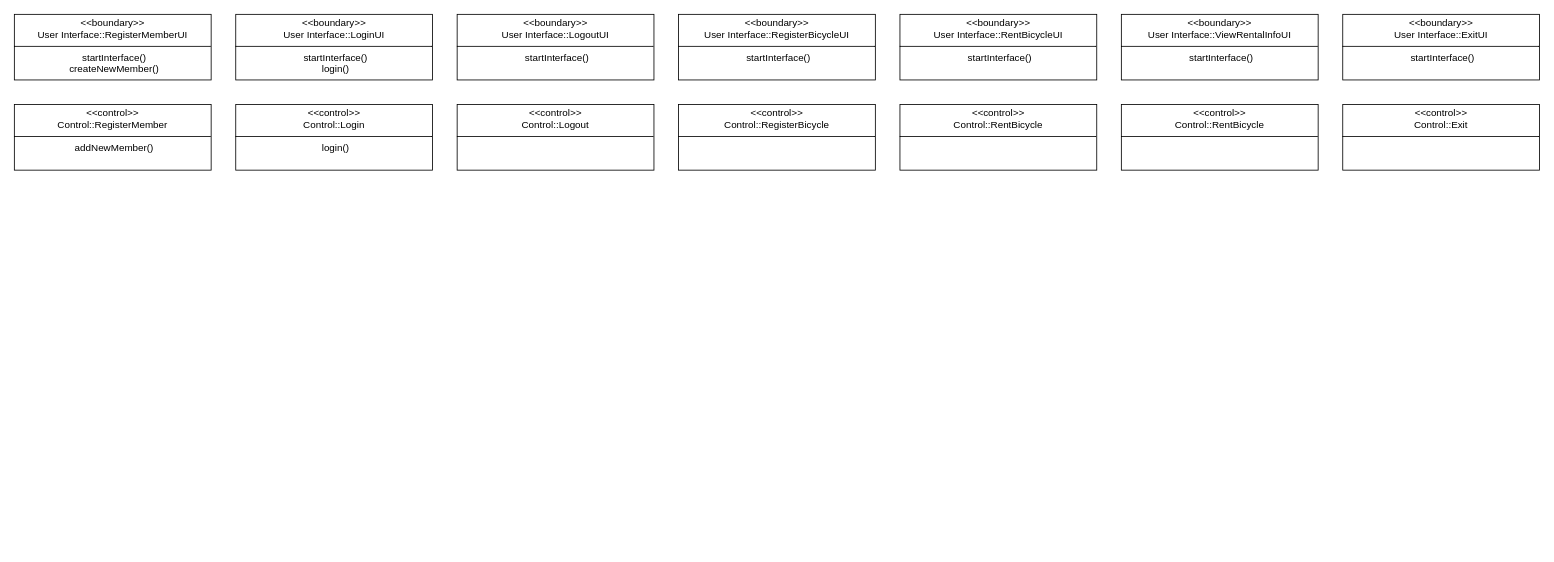
Above: Analysis_Class_Diagram.drawio in MODUGGAGI/homework (draw.io), before the change. Source tidied: cells renumbered, new cells numbered last; positions are measured from the earlier drawing's top-left corner, leaving out a move shared by most shapes. Both pictures are drawn from the tidied source at 82%, with x=0, y=0 at pixel (14, 14).
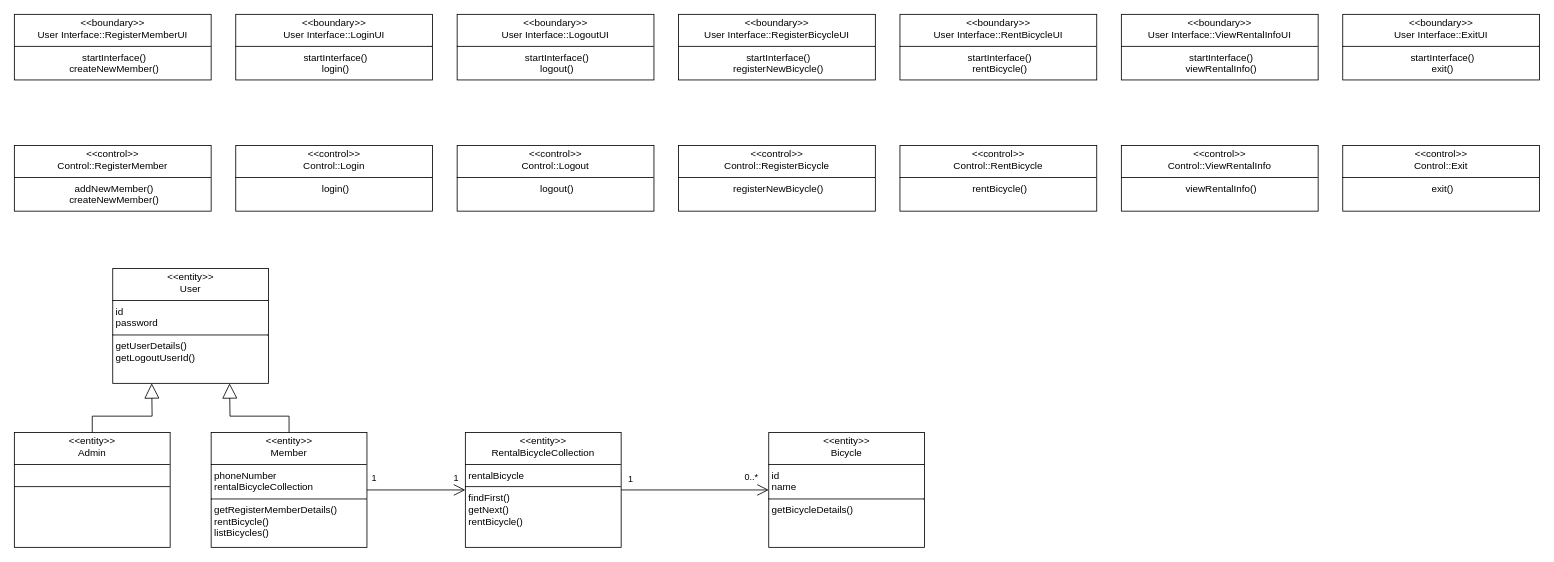
The same page after the edit.

Commit message:
Communication Diagram 변경사항에 따른 수정

Diff of the diagram source:
```diff
@@
-    <mxCell id="4" value="&lt;p style=&quot;margin:0px;margin-top:4px;text-align:center;&quot;&gt;&lt;i&gt;&amp;lt;&amp;lt;&lt;/i&gt;boundary&lt;i&gt;&amp;gt;&amp;gt;&lt;/i&gt;&lt;br&gt;User Interface::Logout&lt;span style=&quot;background-color: transparent; color: light-dark(rgb(0, 0, 0), rgb(255, 255, 255));&quot;&gt;UI&lt;/span&gt;&lt;/p&gt;&lt;hr size=&quot;1&quot; style=&quot;border-style:solid;&quot;&gt;&lt;p style=&quot;text-align: center; margin: 0px 0px 0px 4px;&quot;&gt;startInterface()&lt;/p&gt;" style="verticalAlign=top;align=left;overflow=fill;html=1;whiteSpace=wrap;" parent="1" vertex="1">
+    <mxCell id="4" value="&lt;p style=&quot;margin:0px;margin-top:4px;text-align:center;&quot;&gt;&lt;i&gt;&amp;lt;&amp;lt;&lt;/i&gt;boundary&lt;i&gt;&amp;gt;&amp;gt;&lt;/i&gt;&lt;br&gt;User Interface::Logout&lt;span style=&quot;background-color: transparent; color: light-dark(rgb(0, 0, 0), rgb(255, 255, 255));&quot;&gt;UI&lt;/span&gt;&lt;/p&gt;&lt;hr size=&quot;1&quot; style=&quot;border-style:solid;&quot;&gt;&lt;p style=&quot;text-align: center; margin: 0px 0px 0px 4px;&quot;&gt;startInterface()&lt;/p&gt;&lt;p style=&quot;text-align: center; margin: 0px 0px 0px 4px;&quot;&gt;logout()&lt;/p&gt;" style="verticalAlign=top;align=left;overflow=fill;html=1;whiteSpace=wrap;" parent="1" vertex="1">
       <mxGeometry x="540" width="240" height="80" as="geometry" />
     </mxCell>
-    <mxCell id="5" value="&lt;p style=&quot;margin:0px;margin-top:4px;text-align:center;&quot;&gt;&lt;i&gt;&amp;lt;&amp;lt;&lt;/i&gt;control&lt;i&gt;&amp;gt;&amp;gt;&lt;/i&gt;&lt;br&gt;Control::&lt;span style=&quot;background-color: transparent; color: light-dark(rgb(0, 0, 0), rgb(255, 255, 255));&quot;&gt;RegisterMember&lt;/span&gt;&lt;/p&gt;&lt;hr size=&quot;1&quot; style=&quot;border-style:solid;&quot;&gt;&lt;p style=&quot;text-align: center; margin: 0px 0px 0px 4px;&quot;&gt;addNewMember()&lt;/p&gt;" style="verticalAlign=top;align=left;overflow=fill;html=1;whiteSpace=wrap;" parent="1" vertex="1">
-      <mxGeometry y="110" width="240" height="80" as="geometry" />
+    <mxCell id="5" value="&lt;p style=&quot;margin:0px;margin-top:4px;text-align:center;&quot;&gt;&lt;i&gt;&amp;lt;&amp;lt;&lt;/i&gt;control&lt;i&gt;&amp;gt;&amp;gt;&lt;/i&gt;&lt;br&gt;Control::&lt;span style=&quot;background-color: transparent; color: light-dark(rgb(0, 0, 0), rgb(255, 255, 255));&quot;&gt;RegisterMember&lt;/span&gt;&lt;/p&gt;&lt;hr size=&quot;1&quot; style=&quot;border-style:solid;&quot;&gt;&lt;p style=&quot;text-align: center; margin: 0px 0px 0px 4px;&quot;&gt;addNewMember()&lt;/p&gt;&lt;p style=&quot;text-align: center; margin: 0px 0px 0px 4px;&quot;&gt;createNewMember()&lt;/p&gt;" style="verticalAlign=top;align=left;overflow=fill;html=1;whiteSpace=wrap;" parent="1" vertex="1">
+      <mxGeometry y="160" width="240" height="80" as="geometry" />
     </mxCell>
     <mxCell id="6" value="&lt;p style=&quot;margin:0px;margin-top:4px;text-align:center;&quot;&gt;&lt;i&gt;&amp;lt;&amp;lt;&lt;/i&gt;control&lt;i&gt;&amp;gt;&amp;gt;&lt;/i&gt;&lt;br&gt;Control::&lt;span style=&quot;background-color: transparent; color: light-dark(rgb(0, 0, 0), rgb(255, 255, 255));&quot;&gt;Login&lt;/span&gt;&lt;/p&gt;&lt;hr size=&quot;1&quot; style=&quot;border-style:solid;&quot;&gt;&lt;p style=&quot;text-align: center; margin: 0px 0px 0px 4px;&quot;&gt;login()&lt;/p&gt;" style="verticalAlign=top;align=left;overflow=fill;html=1;whiteSpace=wrap;" parent="1" vertex="1">
-      <mxGeometry x="270" y="110" width="240" height="80" as="geometry" />
+      <mxGeometry x="270" y="160" width="240" height="80" as="geometry" />
     </mxCell>
-    <mxCell id="7" value="&lt;p style=&quot;margin:0px;margin-top:4px;text-align:center;&quot;&gt;&lt;i&gt;&amp;lt;&amp;lt;&lt;/i&gt;control&lt;i&gt;&amp;gt;&amp;gt;&lt;/i&gt;&lt;br&gt;Control::&lt;span style=&quot;background-color: transparent; color: light-dark(rgb(0, 0, 0), rgb(255, 255, 255));&quot;&gt;Logout&lt;/span&gt;&lt;/p&gt;&lt;hr size=&quot;1&quot; style=&quot;border-style:solid;&quot;&gt;&lt;p style=&quot;text-align: center; margin: 0px 0px 0px 4px;&quot;&gt;&lt;br&gt;&lt;/p&gt;" style="verticalAlign=top;align=left;overflow=fill;html=1;whiteSpace=wrap;" parent="1" vertex="1">
-      <mxGeometry x="540" y="110" width="240" height="80" as="geometry" />
+    <mxCell id="7" value="&lt;p style=&quot;margin:0px;margin-top:4px;text-align:center;&quot;&gt;&lt;i&gt;&amp;lt;&amp;lt;&lt;/i&gt;control&lt;i&gt;&amp;gt;&amp;gt;&lt;/i&gt;&lt;br&gt;Control::&lt;span style=&quot;background-color: transparent; color: light-dark(rgb(0, 0, 0), rgb(255, 255, 255));&quot;&gt;Logout&lt;/span&gt;&lt;/p&gt;&lt;hr size=&quot;1&quot; style=&quot;border-style:solid;&quot;&gt;&lt;p style=&quot;text-align: center; margin: 0px 0px 0px 4px;&quot;&gt;logout()&lt;/p&gt;" style="verticalAlign=top;align=left;overflow=fill;html=1;whiteSpace=wrap;" parent="1" vertex="1">
+      <mxGeometry x="540" y="160" width="240" height="80" as="geometry" />
     </mxCell>
-    <mxCell id="8" value="&lt;p style=&quot;margin:0px;margin-top:4px;text-align:center;&quot;&gt;&lt;i&gt;&amp;lt;&amp;lt;&lt;/i&gt;boundary&lt;i&gt;&amp;gt;&amp;gt;&lt;/i&gt;&lt;br&gt;User Interface::&lt;span style=&quot;background-color: transparent; text-align: left;&quot;&gt;RegisterBicycleUI&lt;/span&gt;&lt;/p&gt;&lt;hr size=&quot;1&quot; style=&quot;border-style:solid;&quot;&gt;&lt;p style=&quot;text-align: center; margin: 0px 0px 0px 4px;&quot;&gt;startInterface()&lt;/p&gt;" style="verticalAlign=top;align=left;overflow=fill;html=1;whiteSpace=wrap;" parent="1" vertex="1">
+    <mxCell id="8" value="&lt;p style=&quot;margin:0px;margin-top:4px;text-align:center;&quot;&gt;&lt;i&gt;&amp;lt;&amp;lt;&lt;/i&gt;boundary&lt;i&gt;&amp;gt;&amp;gt;&lt;/i&gt;&lt;br&gt;User Interface::&lt;span style=&quot;background-color: transparent; text-align: left;&quot;&gt;RegisterBicycleUI&lt;/span&gt;&lt;/p&gt;&lt;hr size=&quot;1&quot; style=&quot;border-style:solid;&quot;&gt;&lt;p style=&quot;text-align: center; margin: 0px 0px 0px 4px;&quot;&gt;startInterface()&lt;/p&gt;&lt;p style=&quot;text-align: center; margin: 0px 0px 0px 4px;&quot;&gt;registerNewBicycle()&lt;/p&gt;" style="verticalAlign=top;align=left;overflow=fill;html=1;whiteSpace=wrap;" parent="1" vertex="1">
       <mxGeometry x="810" width="240" height="80" as="geometry" />
     </mxCell>
-    <mxCell id="9" value="&lt;p style=&quot;margin:0px;margin-top:4px;text-align:center;&quot;&gt;&lt;i&gt;&amp;lt;&amp;lt;&lt;/i&gt;control&lt;i&gt;&amp;gt;&amp;gt;&lt;/i&gt;&lt;br&gt;Control::&lt;span style=&quot;background-color: transparent; text-align: left;&quot;&gt;RegisterBicycle&lt;/span&gt;&lt;/p&gt;&lt;hr size=&quot;1&quot; style=&quot;border-style:solid;&quot;&gt;&lt;p style=&quot;text-align: center; margin: 0px 0px 0px 4px;&quot;&gt;&lt;br&gt;&lt;/p&gt;" style="verticalAlign=top;align=left;overflow=fill;html=1;whiteSpace=wrap;" parent="1" vertex="1">
-      <mxGeometry x="810" y="110" width="240" height="80" as="geometry" />
+    <mxCell id="9" value="&lt;p style=&quot;margin:0px;margin-top:4px;text-align:center;&quot;&gt;&lt;i&gt;&amp;lt;&amp;lt;&lt;/i&gt;control&lt;i&gt;&amp;gt;&amp;gt;&lt;/i&gt;&lt;br&gt;Control::&lt;span style=&quot;background-color: transparent; text-align: left;&quot;&gt;RegisterBicycle&lt;/span&gt;&lt;/p&gt;&lt;hr size=&quot;1&quot; style=&quot;border-style:solid;&quot;&gt;&lt;p style=&quot;text-align: center; margin: 0px 0px 0px 4px;&quot;&gt;registerNewBicycle()&lt;/p&gt;" style="verticalAlign=top;align=left;overflow=fill;html=1;whiteSpace=wrap;" parent="1" vertex="1">
+      <mxGeometry x="810" y="160" width="240" height="80" as="geometry" />
     </mxCell>
-    <mxCell id="10" value="&lt;p style=&quot;margin:0px;margin-top:4px;text-align:center;&quot;&gt;&lt;i&gt;&amp;lt;&amp;lt;&lt;/i&gt;boundary&lt;i&gt;&amp;gt;&amp;gt;&lt;/i&gt;&lt;br&gt;User Interface:&lt;span style=&quot;background-color: transparent; color: light-dark(rgb(0, 0, 0), rgb(255, 255, 255));&quot;&gt;:RentBicycleUI&lt;/span&gt;&lt;/p&gt;&lt;hr size=&quot;1&quot; style=&quot;border-style:solid;&quot;&gt;&lt;p style=&quot;text-align: center; margin: 0px 0px 0px 4px;&quot;&gt;startInterface()&lt;/p&gt;" style="verticalAlign=top;align=left;overflow=fill;html=1;whiteSpace=wrap;" parent="1" vertex="1">
+    <mxCell id="10" value="&lt;p style=&quot;margin:0px;margin-top:4px;text-align:center;&quot;&gt;&lt;i&gt;&amp;lt;&amp;lt;&lt;/i&gt;boundary&lt;i&gt;&amp;gt;&amp;gt;&lt;/i&gt;&lt;br&gt;User Interface:&lt;span style=&quot;background-color: transparent; color: light-dark(rgb(0, 0, 0), rgb(255, 255, 255));&quot;&gt;:RentBicycleUI&lt;/span&gt;&lt;/p&gt;&lt;hr size=&quot;1&quot; style=&quot;border-style:solid;&quot;&gt;&lt;p style=&quot;text-align: center; margin: 0px 0px 0px 4px;&quot;&gt;startInterface()&lt;/p&gt;&lt;p style=&quot;text-align: center; margin: 0px 0px 0px 4px;&quot;&gt;rentBicycle()&lt;/p&gt;" style="verticalAlign=top;align=left;overflow=fill;html=1;whiteSpace=wrap;" parent="1" vertex="1">
       <mxGeometry x="1080" width="240" height="80" as="geometry" />
     </mxCell>
-    <mxCell id="11" value="&lt;p style=&quot;margin:0px;margin-top:4px;text-align:center;&quot;&gt;&lt;i&gt;&amp;lt;&amp;lt;&lt;/i&gt;control&lt;i&gt;&amp;gt;&amp;gt;&lt;/i&gt;&lt;br&gt;Control::&lt;span style=&quot;background-color: transparent; color: light-dark(rgb(0, 0, 0), rgb(255, 255, 255));&quot;&gt;RentBicycle&lt;/span&gt;&lt;/p&gt;&lt;hr size=&quot;1&quot; style=&quot;border-style:solid;&quot;&gt;&lt;p style=&quot;text-align: center; margin: 0px 0px 0px 4px;&quot;&gt;&lt;br&gt;&lt;/p&gt;" style="verticalAlign=top;align=left;overflow=fill;html=1;whiteSpace=wrap;" parent="1" vertex="1">
-      <mxGeometry x="1080" y="110" width="240" height="80" as="geometry" />
+    <mxCell id="11" value="&lt;p style=&quot;margin:0px;margin-top:4px;text-align:center;&quot;&gt;&lt;i&gt;&amp;lt;&amp;lt;&lt;/i&gt;control&lt;i&gt;&amp;gt;&amp;gt;&lt;/i&gt;&lt;br&gt;Control::&lt;span style=&quot;background-color: transparent; color: light-dark(rgb(0, 0, 0), rgb(255, 255, 255));&quot;&gt;RentBicycle&lt;/span&gt;&lt;/p&gt;&lt;hr size=&quot;1&quot; style=&quot;border-style:solid;&quot;&gt;&lt;p style=&quot;text-align: center; margin: 0px 0px 0px 4px;&quot;&gt;rentBicycle()&lt;/p&gt;" style="verticalAlign=top;align=left;overflow=fill;html=1;whiteSpace=wrap;" parent="1" vertex="1">
+      <mxGeometry x="1080" y="160" width="240" height="80" as="geometry" />
     </mxCell>
-    <mxCell id="12" value="&lt;p style=&quot;margin:0px;margin-top:4px;text-align:center;&quot;&gt;&lt;i&gt;&amp;lt;&amp;lt;&lt;/i&gt;boundary&lt;i&gt;&amp;gt;&amp;gt;&lt;/i&gt;&lt;br&gt;User Interface:&lt;span style=&quot;background-color: transparent; color: light-dark(rgb(0, 0, 0), rgb(255, 255, 255));&quot;&gt;:ViewRentalInfoUI&lt;/span&gt;&lt;/p&gt;&lt;hr size=&quot;1&quot; style=&quot;border-style:solid;&quot;&gt;&lt;p style=&quot;text-align: center; margin: 0px 0px 0px 4px;&quot;&gt;startInterface()&lt;/p&gt;" style="verticalAlign=top;align=left;overflow=fill;html=1;whiteSpace=wrap;" parent="1" vertex="1">
+    <mxCell id="12" value="&lt;p style=&quot;margin:0px;margin-top:4px;text-align:center;&quot;&gt;&lt;i&gt;&amp;lt;&amp;lt;&lt;/i&gt;boundary&lt;i&gt;&amp;gt;&amp;gt;&lt;/i&gt;&lt;br&gt;User Interface:&lt;span style=&quot;background-color: transparent; color: light-dark(rgb(0, 0, 0), rgb(255, 255, 255));&quot;&gt;:ViewRentalInfoUI&lt;/span&gt;&lt;/p&gt;&lt;hr size=&quot;1&quot; style=&quot;border-style:solid;&quot;&gt;&lt;p style=&quot;text-align: center; margin: 0px 0px 0px 4px;&quot;&gt;startInterface()&lt;/p&gt;&lt;p style=&quot;text-align: center; margin: 0px 0px 0px 4px;&quot;&gt;viewRentalInfo()&lt;/p&gt;" style="verticalAlign=top;align=left;overflow=fill;html=1;whiteSpace=wrap;" parent="1" vertex="1">
       <mxGeometry x="1350" width="240" height="80" as="geometry" />
     </mxCell>
-    <mxCell id="13" value="&lt;p style=&quot;margin:0px;margin-top:4px;text-align:center;&quot;&gt;&lt;i&gt;&amp;lt;&amp;lt;&lt;/i&gt;control&lt;i&gt;&amp;gt;&amp;gt;&lt;/i&gt;&lt;br&gt;Control::&lt;span style=&quot;background-color: transparent; color: light-dark(rgb(0, 0, 0), rgb(255, 255, 255));&quot;&gt;RentBicycle&lt;/span&gt;&lt;/p&gt;&lt;hr size=&quot;1&quot; style=&quot;border-style:solid;&quot;&gt;&lt;p style=&quot;text-align: center; margin: 0px 0px 0px 4px;&quot;&gt;&lt;br&gt;&lt;/p&gt;" style="verticalAlign=top;align=left;overflow=fill;html=1;whiteSpace=wrap;" parent="1" vertex="1">
-      <mxGeometry x="1350" y="110" width="240" height="80" as="geometry" />
+    <mxCell id="13" value="&lt;p style=&quot;margin:0px;margin-top:4px;text-align:center;&quot;&gt;&lt;i&gt;&amp;lt;&amp;lt;&lt;/i&gt;control&lt;i&gt;&amp;gt;&amp;gt;&lt;/i&gt;&lt;br&gt;Control::&lt;span style=&quot;background-color: transparent; color: light-dark(rgb(0, 0, 0), rgb(255, 255, 255));&quot;&gt;ViewRentalInfo&lt;/span&gt;&lt;/p&gt;&lt;hr size=&quot;1&quot; style=&quot;border-style:solid;&quot;&gt;&lt;p style=&quot;text-align: center; margin: 0px 0px 0px 4px;&quot;&gt;viewRentalInfo()&lt;/p&gt;" style="verticalAlign=top;align=left;overflow=fill;html=1;whiteSpace=wrap;" parent="1" vertex="1">
+      <mxGeometry x="1350" y="160" width="240" height="80" as="geometry" />
     </mxCell>
-    <mxCell id="14" value="&lt;p style=&quot;margin:0px;margin-top:4px;text-align:center;&quot;&gt;&lt;i&gt;&amp;lt;&amp;lt;&lt;/i&gt;boundary&lt;i&gt;&amp;gt;&amp;gt;&lt;/i&gt;&lt;br&gt;User Interface:&lt;span style=&quot;background-color: transparent; color: light-dark(rgb(0, 0, 0), rgb(255, 255, 255));&quot;&gt;:ExitUI&lt;/span&gt;&lt;/p&gt;&lt;hr size=&quot;1&quot; style=&quot;border-style:solid;&quot;&gt;&lt;p style=&quot;text-align: center; margin: 0px 0px 0px 4px;&quot;&gt;startInterface()&lt;/p&gt;" style="verticalAlign=top;align=left;overflow=fill;html=1;whiteSpace=wrap;" parent="1" vertex="1">
+    <mxCell id="14" value="&lt;p style=&quot;margin:0px;margin-top:4px;text-align:center;&quot;&gt;&lt;i&gt;&amp;lt;&amp;lt;&lt;/i&gt;boundary&lt;i&gt;&amp;gt;&amp;gt;&lt;/i&gt;&lt;br&gt;User Interface:&lt;span style=&quot;background-color: transparent; color: light-dark(rgb(0, 0, 0), rgb(255, 255, 255));&quot;&gt;:ExitUI&lt;/span&gt;&lt;/p&gt;&lt;hr size=&quot;1&quot; style=&quot;border-style:solid;&quot;&gt;&lt;p style=&quot;text-align: center; margin: 0px 0px 0px 4px;&quot;&gt;startInterface()&lt;br&gt;exit()&lt;/p&gt;" style="verticalAlign=top;align=left;overflow=fill;html=1;whiteSpace=wrap;" parent="1" vertex="1">
       <mxGeometry x="1620" width="240" height="80" as="geometry" />
     </mxCell>
-    <mxCell id="15" value="&lt;p style=&quot;margin:0px;margin-top:4px;text-align:center;&quot;&gt;&lt;i&gt;&amp;lt;&amp;lt;&lt;/i&gt;control&lt;i&gt;&amp;gt;&amp;gt;&lt;/i&gt;&lt;br&gt;Control::&lt;span style=&quot;background-color: transparent; color: light-dark(rgb(0, 0, 0), rgb(255, 255, 255));&quot;&gt;Exit&lt;/span&gt;&lt;/p&gt;&lt;hr size=&quot;1&quot; style=&quot;border-style:solid;&quot;&gt;&lt;p style=&quot;text-align: center; margin: 0px 0px 0px 4px;&quot;&gt;&lt;br&gt;&lt;/p&gt;" style="verticalAlign=top;align=left;overflow=fill;html=1;whiteSpace=wrap;" parent="1" vertex="1">
-      <mxGeometry x="1620" y="110" width="240" height="80" as="geometry" />
+    <mxCell id="15" value="&lt;p style=&quot;margin:0px;margin-top:4px;text-align:center;&quot;&gt;&lt;i&gt;&amp;lt;&amp;lt;&lt;/i&gt;control&lt;i&gt;&amp;gt;&amp;gt;&lt;/i&gt;&lt;br&gt;Control::&lt;span style=&quot;background-color: transparent; color: light-dark(rgb(0, 0, 0), rgb(255, 255, 255));&quot;&gt;Exit&lt;/span&gt;&lt;/p&gt;&lt;hr size=&quot;1&quot; style=&quot;border-style:solid;&quot;&gt;&lt;p style=&quot;text-align: center; margin: 0px 0px 0px 4px;&quot;&gt;exit()&lt;/p&gt;" style="verticalAlign=top;align=left;overflow=fill;html=1;whiteSpace=wrap;" parent="1" vertex="1">
+      <mxGeometry x="1620" y="160" width="240" height="80" as="geometry" />
     </mxCell>
+    <mxCell id="16" value="&lt;p style=&quot;margin:0px;margin-top:4px;text-align:center;&quot;&gt;&lt;i&gt;&amp;lt;&amp;lt;&lt;/i&gt;entity&lt;i&gt;&amp;gt;&amp;gt;&lt;/i&gt;&lt;br&gt;User&lt;/p&gt;&lt;hr size=&quot;1&quot; style=&quot;border-style:solid;&quot;&gt;&lt;p style=&quot;margin:0px;margin-left:4px;&quot;&gt;id&lt;/p&gt;&lt;p style=&quot;margin:0px;margin-left:4px;&quot;&gt;password&lt;/p&gt;&lt;hr size=&quot;1&quot; style=&quot;border-style:solid;&quot;&gt;&lt;p style=&quot;margin:0px;margin-left:4px;&quot;&gt;&lt;span style=&quot;text-align: center;&quot;&gt;getUserDetails()&lt;/span&gt;&lt;/p&gt;&lt;p style=&quot;margin:0px;margin-left:4px;&quot;&gt;&lt;span style=&quot;text-align: center;&quot;&gt;getLogoutUserId()&lt;/span&gt;&lt;span style=&quot;text-align: center;&quot;&gt;&lt;/span&gt;&lt;/p&gt;" style="verticalAlign=top;align=left;overflow=fill;html=1;whiteSpace=wrap;" parent="1" vertex="1">
+      <mxGeometry x="120" y="310" width="190" height="140" as="geometry" />
+    </mxCell>
+    <mxCell id="17" value="&lt;p style=&quot;margin:0px;margin-top:4px;text-align:center;&quot;&gt;&lt;i&gt;&amp;lt;&amp;lt;&lt;/i&gt;entity&lt;i&gt;&amp;gt;&amp;gt;&lt;/i&gt;&lt;br&gt;RentalBicycleCollection&lt;/p&gt;&lt;hr size=&quot;1&quot; style=&quot;border-style:solid;&quot;&gt;&lt;p style=&quot;margin:0px;margin-left:4px;&quot;&gt;rentalBicycle&lt;/p&gt;&lt;hr size=&quot;1&quot; style=&quot;border-style:solid;&quot;&gt;&lt;p style=&quot;margin: 0px 0px 0px 4px;&quot;&gt;findFirst()&lt;/p&gt;&lt;p style=&quot;margin: 0px 0px 0px 4px;&quot;&gt;getNext()&lt;/p&gt;&lt;p style=&quot;margin: 0px 0px 0px 4px;&quot;&gt;rentBicycle()&lt;/p&gt;" style="verticalAlign=top;align=left;overflow=fill;html=1;whiteSpace=wrap;" parent="1" vertex="1">
+      <mxGeometry x="550" y="510" width="190" height="140" as="geometry" />
+    </mxCell>
+    <mxCell id="18" value="&lt;p style=&quot;margin:0px;margin-top:4px;text-align:center;&quot;&gt;&lt;i&gt;&amp;lt;&amp;lt;&lt;/i&gt;entity&lt;i&gt;&amp;gt;&amp;gt;&lt;/i&gt;&lt;br&gt;Admin&lt;/p&gt;&lt;hr size=&quot;1&quot; style=&quot;border-style:solid;&quot;&gt;&lt;p style=&quot;margin:0px;margin-left:4px;&quot;&gt;&lt;br&gt;&lt;/p&gt;&lt;hr size=&quot;1&quot; style=&quot;border-style:solid;&quot;&gt;&lt;p style=&quot;margin:0px;margin-left:4px;&quot;&gt;&lt;br&gt;&lt;/p&gt;" style="verticalAlign=top;align=left;overflow=fill;html=1;whiteSpace=wrap;" parent="1" vertex="1">
+      <mxGeometry y="510" width="190" height="140" as="geometry" />
+    </mxCell>
+    <mxCell id="19" value="&lt;p style=&quot;margin:0px;margin-top:4px;text-align:center;&quot;&gt;&lt;i&gt;&amp;lt;&amp;lt;&lt;/i&gt;entity&lt;i&gt;&amp;gt;&amp;gt;&lt;/i&gt;&lt;br&gt;Member&lt;/p&gt;&lt;hr size=&quot;1&quot; style=&quot;border-style:solid;&quot;&gt;&lt;p style=&quot;margin:0px;margin-left:4px;&quot;&gt;phoneNumber&lt;/p&gt;&lt;p style=&quot;margin:0px;margin-left:4px;&quot;&gt;rentalBicycleCollection&lt;/p&gt;&lt;hr size=&quot;1&quot; style=&quot;border-style:solid;&quot;&gt;&lt;p style=&quot;margin:0px;margin-left:4px;&quot;&gt;&lt;span style=&quot;text-align: center;&quot;&gt;getRegisterMemberDetails()&lt;/span&gt;&lt;/p&gt;&lt;p style=&quot;margin:0px;margin-left:4px;&quot;&gt;&lt;span style=&quot;text-align: center;&quot;&gt;rentBicycle()&lt;/span&gt;&lt;span style=&quot;text-align: center;&quot;&gt;&lt;/span&gt;&lt;/p&gt;&lt;p style=&quot;margin:0px;margin-left:4px;&quot;&gt;&lt;span style=&quot;text-align: center;&quot;&gt;listBicycles()&lt;/span&gt;&lt;span style=&quot;text-align: center;&quot;&gt;&lt;/span&gt;&lt;/p&gt;" style="verticalAlign=top;align=left;overflow=fill;html=1;whiteSpace=wrap;" parent="1" vertex="1">
+      <mxGeometry x="240" y="510" width="190" height="140" as="geometry" />
+    </mxCell>
+    <mxCell id="20" style="endArrow=block;endSize=16;endFill=0;html=1;rounded=0;entryX=0.25;entryY=1;entryDx=0;entryDy=0;exitX=0.5;exitY=0;exitDx=0;exitDy=0;" parent="1" edge="1" source="18" target="16">
+      <mxGeometry relative="1" as="geometry">
+        <Array as="points">
+          <mxPoint x="95" y="490" />
+          <mxPoint x="168" y="490" />
+        </Array>
+      </mxGeometry>
+    </mxCell>
+    <mxCell id="21" style="endArrow=block;endSize=16;endFill=0;html=1;rounded=0;entryX=0.75;entryY=1;entryDx=0;entryDy=0;exitX=0.5;exitY=0;exitDx=0;exitDy=0;" parent="1" edge="1" source="19" target="16">
+      <mxGeometry relative="1" as="geometry">
+        <Array as="points">
+          <mxPoint x="335" y="490" />
+          <mxPoint x="263" y="490" />
+        </Array>
+      </mxGeometry>
+    </mxCell>
+    <mxCell id="22" style="endArrow=open;endFill=1;endSize=12;html=1;rounded=0;exitX=1;exitY=0.5;exitDx=0;exitDy=0;entryX=0;entryY=0.5;entryDx=0;entryDy=0;" parent="1" edge="1" source="19" target="17">
+      <mxGeometry relative="1" as="geometry" />
+    </mxCell>
+    <mxCell id="23" value="1" style="edgeLabel;html=1;align=left;verticalAlign=bottom;" parent="1" vertex="1">
+      <mxGeometry x="434" y="574" as="geometry" />
+    </mxCell>
+    <mxCell id="24" value="1" style="edgeLabel;html=1;align=left;verticalAlign=bottom;" parent="1" vertex="1">
+      <mxGeometry x="534" y="573" as="geometry" />
+    </mxCell>
+    <mxCell id="25" value="&lt;p style=&quot;margin:0px;margin-top:4px;text-align:center;&quot;&gt;&lt;i&gt;&amp;lt;&amp;lt;&lt;/i&gt;entity&lt;i&gt;&amp;gt;&amp;gt;&lt;/i&gt;&lt;br&gt;Bicycle&lt;/p&gt;&lt;hr size=&quot;1&quot; style=&quot;border-style:solid;&quot;&gt;&lt;p style=&quot;margin:0px;margin-left:4px;&quot;&gt;id&lt;/p&gt;&lt;p style=&quot;margin:0px;margin-left:4px;&quot;&gt;name&lt;/p&gt;&lt;hr size=&quot;1&quot; style=&quot;border-style:solid;&quot;&gt;&lt;p style=&quot;margin:0px;margin-left:4px;&quot;&gt;&lt;span style=&quot;text-align: center;&quot;&gt;getBicycleDetails()&lt;/span&gt;&lt;/p&gt;" style="verticalAlign=top;align=left;overflow=fill;html=1;whiteSpace=wrap;" parent="1" vertex="1">
+      <mxGeometry x="920" y="510" width="190" height="140" as="geometry" />
+    </mxCell>
+    <mxCell id="26" style="endArrow=open;endFill=1;endSize=12;html=1;rounded=0;entryX=0;entryY=0.5;entryDx=0;entryDy=0;" parent="1" edge="1" source="17" target="25">
+      <mxGeometry relative="1" as="geometry" />
+    </mxCell>
+    <mxCell id="27" value="0..*" style="edgeLabel;html=1;align=left;verticalAlign=bottom;" parent="1" vertex="1">
+      <mxGeometry x="770" y="390" as="geometry">
+        <mxPoint x="119" y="182" as="offset" />
+      </mxGeometry>
+    </mxCell>
+    <mxCell id="28" value="1" style="edgeLabel;html=1;align=left;verticalAlign=bottom;" parent="1" vertex="1">
+      <mxGeometry x="566" y="492" as="geometry">
+        <mxPoint x="181" y="83" as="offset" />
+      </mxGeometry>
+    </mxCell>
```
